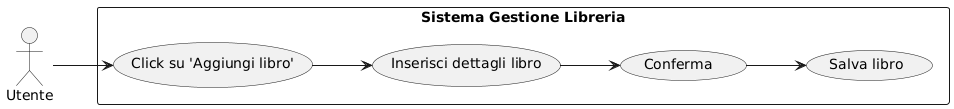
Above: report/media/useCase1.png in Zi0LEO/GestoreLibreria (PlantUML), before the change.
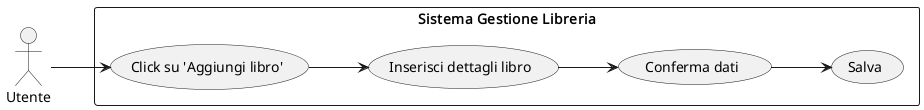
The same diagram one commit later.

Change to the diagram source:
```diff
@@ -7,8 +7,8 @@
 rectangle "Sistema Gestione Libreria" {
     usecase "Click su 'Aggiungi libro'" as UC1
     usecase "Inserisci dettagli libro" as UC2
-    usecase "Conferma " as UC3
-    usecase "Salva libro" as UC4
+    usecase "Conferma dati" as UC3
+    usecase "Salva" as UC4
 }
 
 Utente --> UC1
```
